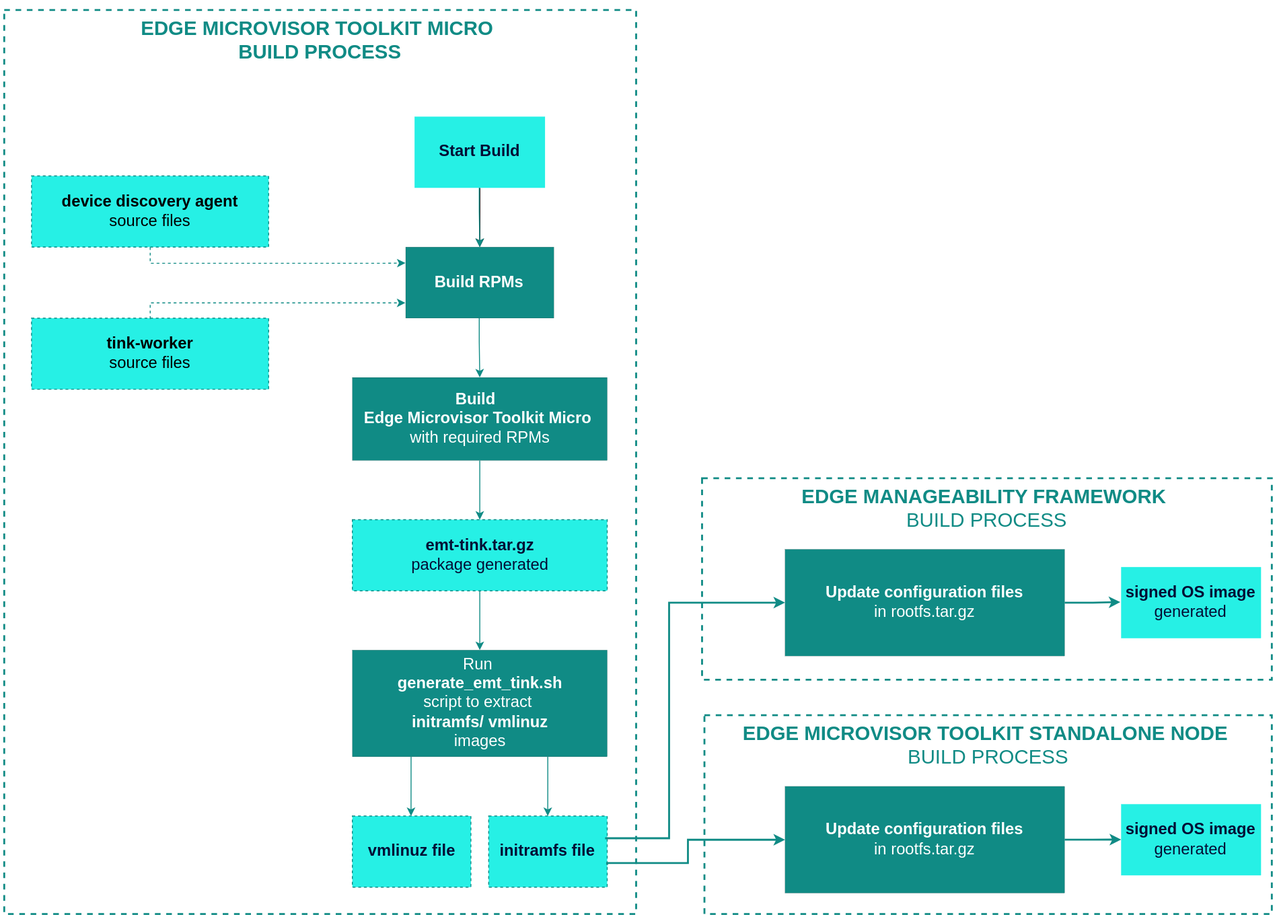
This is docs/developer-guide/assets/emf-emt-s-build-workflow.drawio.svg from open-edge-platform/edge-microvisor-toolkit, a draw.io export, as it was before one commit. Source tidied: cells renumbered, new cells last; positions are measured from the earlier drawing's top-left corner, leaving out a move shared by most shapes.
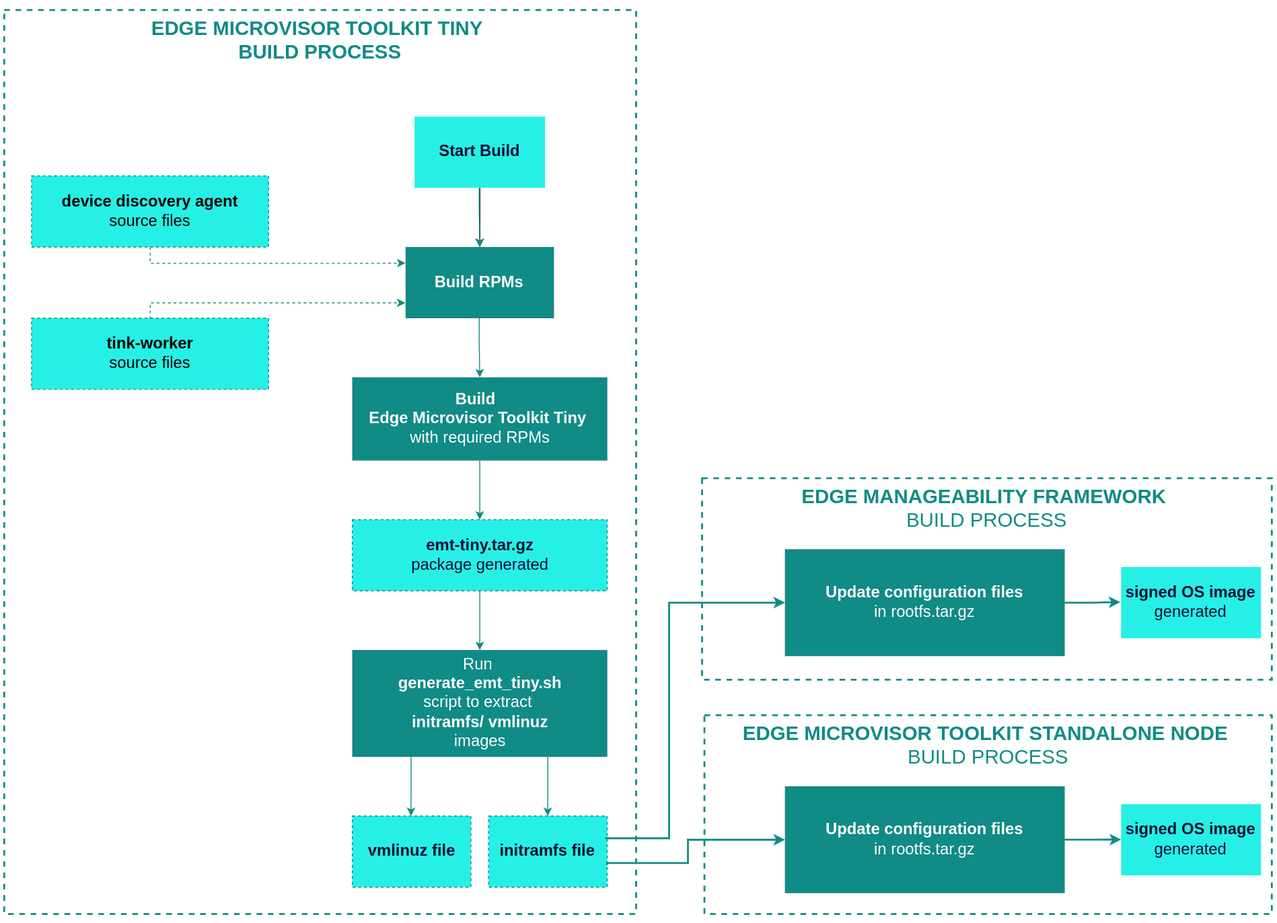
After the change.

Diff of the diagram source:
```diff
@@ -11,7 +11,7 @@
     <mxCell id="4" value="&lt;div&gt;&lt;b&gt;&lt;font style=&quot;font-size: 21px;&quot;&gt;EDGE MANAGEABILITY FRAMEWORK&amp;nbsp;&lt;/font&gt;&lt;/b&gt;&lt;/div&gt;&lt;div&gt;&lt;font style=&quot;font-size: 21px;&quot;&gt;BUILD PROCESS&lt;/font&gt;&lt;/div&gt;" style="rounded=0;whiteSpace=wrap;html=1;strokeColor=#108B85;align=center;verticalAlign=top;fontFamily=Helvetica;fontSize=12;fontColor=#108B85;fillColor=none;labelBackgroundColor=none;strokeWidth=2;dashed=1;" parent="1" vertex="1">
       <mxGeometry x="745" y="507.2" width="605" height="214" as="geometry" />
     </mxCell>
-    <mxCell id="5" value="&lt;div&gt;&lt;font style=&quot;font-size: 21px; color: rgb(16, 139, 133);&quot;&gt;&lt;b style=&quot;&quot;&gt;EDGE MICROVISOR TOOLKIT MICRO&amp;nbsp;&lt;/b&gt;&lt;/font&gt;&lt;/div&gt;&lt;div&gt;&lt;font style=&quot;font-size: 21px; color: rgb(16, 139, 133);&quot;&gt;&lt;b style=&quot;&quot;&gt;BUILD PROCESS&lt;/b&gt;&lt;/font&gt;&lt;/div&gt;" style="rounded=0;whiteSpace=wrap;html=1;strokeColor=#108B85;align=center;verticalAlign=top;fontFamily=Helvetica;fontSize=12;fontColor=#108B85;fillColor=none;labelBackgroundColor=none;strokeWidth=2;dashed=1;" parent="1" vertex="1">
+    <mxCell id="5" value="&lt;div&gt;&lt;font style=&quot;font-size: 21px; color: rgb(16, 139, 133);&quot;&gt;&lt;b style=&quot;&quot;&gt;EDGE MICROVISOR TOOLKIT TINY&amp;nbsp;&lt;/b&gt;&lt;/font&gt;&lt;/div&gt;&lt;div&gt;&lt;font style=&quot;font-size: 21px; color: rgb(16, 139, 133);&quot;&gt;&lt;b style=&quot;&quot;&gt;BUILD PROCESS&lt;/b&gt;&lt;/font&gt;&lt;/div&gt;" style="rounded=0;whiteSpace=wrap;html=1;strokeColor=#108B85;align=center;verticalAlign=top;fontFamily=Helvetica;fontSize=12;fontColor=#108B85;fillColor=none;labelBackgroundColor=none;strokeWidth=2;dashed=1;" parent="1" vertex="1">
       <mxGeometry x="4" y="10" width="671" height="960" as="geometry" />
     </mxCell>
     <mxCell id="6" style="edgeStyle=orthogonalEdgeStyle;rounded=0;jettySize=auto;html=1;" parent="1" edge="1" source="7" target="8">
@@ -23,7 +23,7 @@
     <mxCell id="8" value="&lt;div&gt;&lt;b&gt;&lt;font style=&quot;font-size: 17px;&quot;&gt;Build RPMs&lt;/font&gt;&lt;/b&gt;&lt;/div&gt;" style="rounded=0;whiteSpace=wrap;html=1;strokeColor=default;strokeWidth=0;align=center;verticalAlign=middle;fontFamily=Helvetica;fontSize=14;fontColor=#FFFFFF;labelBackgroundColor=none;fillColor=#108B85;" parent="1" vertex="1">
       <mxGeometry x="430.3" y="261.8" width="157.4" height="75.5" as="geometry" />
     </mxCell>
-    <mxCell id="9" value="&lt;font style=&quot;font-size: 17px;&quot;&gt;&lt;b&gt;Build&lt;/b&gt;&amp;nbsp;&amp;nbsp;&lt;br&gt;&lt;b&gt;Edge Microvisor Toolkit&amp;nbsp;&lt;/b&gt;&lt;b style=&quot;background-color: transparent; color: light-dark(rgb(255, 255, 255), rgb(18, 18, 18));&quot;&gt;Micro&amp;nbsp;&lt;/b&gt;&lt;/font&gt;&lt;div&gt;&lt;font style=&quot;font-size: 17px;&quot;&gt;&lt;span style=&quot;background-color: transparent; color: light-dark(rgb(255, 255, 255), rgb(18, 18, 18));&quot;&gt;with required&amp;nbsp;&lt;/span&gt;&lt;/font&gt;&lt;span style=&quot;background-color: transparent; color: light-dark(rgb(255, 255, 255), rgb(18, 18, 18));&quot;&gt;&lt;font style=&quot;font-size: 17px;&quot;&gt;RPMs&lt;/font&gt;&lt;/span&gt;&lt;/div&gt;" style="rounded=0;whiteSpace=wrap;html=1;strokeColor=default;strokeWidth=0;align=center;verticalAlign=middle;fontFamily=Helvetica;fontSize=14;fontColor=#FFFFFF;labelBackgroundColor=none;fillColor=#108B85;" parent="1" vertex="1">
+    <mxCell id="9" value="&lt;font style=&quot;font-size: 17px;&quot;&gt;&lt;b&gt;Build&lt;/b&gt;&amp;nbsp;&amp;nbsp;&lt;br&gt;&lt;b&gt;Edge Microvisor Toolkit Tiny&lt;/b&gt;&lt;b style=&quot;background-color: transparent; color: light-dark(rgb(255, 255, 255), rgb(18, 18, 18));&quot;&gt;&amp;nbsp;&lt;/b&gt;&lt;/font&gt;&lt;div&gt;&lt;font style=&quot;font-size: 17px;&quot;&gt;&lt;span style=&quot;background-color: transparent; color: light-dark(rgb(255, 255, 255), rgb(18, 18, 18));&quot;&gt;with required&amp;nbsp;&lt;/span&gt;&lt;/font&gt;&lt;span style=&quot;background-color: transparent; color: light-dark(rgb(255, 255, 255), rgb(18, 18, 18));&quot;&gt;&lt;font style=&quot;font-size: 17px;&quot;&gt;RPMs&lt;/font&gt;&lt;/span&gt;&lt;/div&gt;" style="rounded=0;whiteSpace=wrap;html=1;strokeColor=default;strokeWidth=0;align=center;verticalAlign=middle;fontFamily=Helvetica;fontSize=14;fontColor=#FFFFFF;labelBackgroundColor=none;fillColor=#108B85;" parent="1" vertex="1">
       <mxGeometry x="373.6" y="400.2" width="270.6" height="88.1" as="geometry" />
     </mxCell>
     <mxCell id="10" style="edgeStyle=orthogonalEdgeStyle;rounded=0;jettySize=auto;html=1;fontFamily=Helvetica;fontSize=11;fontColor=#FFFFFF;strokeColor=#108B85;align=center;verticalAlign=middle;labelBackgroundColor=#108B85;endArrow=classic;exitX=0.5;exitY=1;exitDx=0;exitDy=0;entryX=0.5;entryY=0;entryDx=0;entryDy=0;" parent="1" edge="1" target="8">
@@ -43,10 +43,10 @@
         </Array>
       </mxGeometry>
     </mxCell>
-    <mxCell id="12" value="&lt;font style=&quot;font-size: 17px;&quot;&gt;Run&amp;nbsp;&lt;/font&gt;&lt;div&gt;&lt;b style=&quot;background-color: transparent; color: light-dark(rgb(255, 255, 255), rgb(18, 18, 18));&quot;&gt;&lt;font style=&quot;font-size: 17px;&quot;&gt;generate_emt_tink.sh&lt;/font&gt;&lt;/b&gt;&lt;div&gt;&lt;font style=&quot;font-size: 17px;&quot;&gt;script to&amp;nbsp;&lt;span style=&quot;background-color: transparent; color: light-dark(rgb(255, 255, 255), rgb(18, 18, 18));&quot;&gt;extract&amp;nbsp;&lt;/span&gt;&lt;/font&gt;&lt;/div&gt;&lt;div&gt;&lt;b style=&quot;background-color: transparent; color: light-dark(rgb(255, 255, 255), rgb(18, 18, 18));&quot;&gt;&lt;font style=&quot;font-size: 17px;&quot;&gt;initramfs/ vmlinuz&lt;/font&gt;&lt;/b&gt;&lt;/div&gt;&lt;div&gt;&lt;font style=&quot;font-size: 17px;&quot;&gt;images&lt;/font&gt;&lt;/div&gt;&lt;/div&gt;" style="rounded=0;whiteSpace=wrap;html=1;strokeColor=default;strokeWidth=0;align=center;verticalAlign=middle;fontFamily=Helvetica;fontSize=14;fontColor=#FFFFFF;labelBackgroundColor=none;fillColor=#108B85;" parent="1" vertex="1">
+    <mxCell id="12" value="&lt;font style=&quot;font-size: 17px;&quot;&gt;Run&amp;nbsp;&lt;/font&gt;&lt;div&gt;&lt;b style=&quot;background-color: transparent; color: light-dark(rgb(255, 255, 255), rgb(18, 18, 18));&quot;&gt;&lt;font style=&quot;font-size: 17px;&quot;&gt;generate_emt_tiny.sh&lt;/font&gt;&lt;/b&gt;&lt;div&gt;&lt;font style=&quot;font-size: 17px;&quot;&gt;script to&amp;nbsp;&lt;span style=&quot;background-color: transparent; color: light-dark(rgb(255, 255, 255), rgb(18, 18, 18));&quot;&gt;extract&amp;nbsp;&lt;/span&gt;&lt;/font&gt;&lt;/div&gt;&lt;div&gt;&lt;b style=&quot;background-color: transparent; color: light-dark(rgb(255, 255, 255), rgb(18, 18, 18));&quot;&gt;&lt;font style=&quot;font-size: 17px;&quot;&gt;initramfs/ vmlinuz&lt;/font&gt;&lt;/b&gt;&lt;/div&gt;&lt;div&gt;&lt;font style=&quot;font-size: 17px;&quot;&gt;images&lt;/font&gt;&lt;/div&gt;&lt;/div&gt;" style="rounded=0;whiteSpace=wrap;html=1;strokeColor=default;strokeWidth=0;align=center;verticalAlign=middle;fontFamily=Helvetica;fontSize=14;fontColor=#FFFFFF;labelBackgroundColor=none;fillColor=#108B85;" parent="1" vertex="1">
       <mxGeometry x="373.6" y="689.8" width="270.6" height="113.3" as="geometry" />
     </mxCell>
-    <mxCell id="13" value="&lt;div&gt;&lt;b&gt;&lt;font style=&quot;font-size: 17px;&quot;&gt;emt-tink.tar.gz&lt;/font&gt;&lt;/b&gt;&lt;/div&gt;&lt;div&gt;&lt;font style=&quot;font-size: 17px;&quot;&gt;package&amp;nbsp;&lt;span style=&quot;background-color: transparent; color: light-dark(rgb(4, 14, 53), rgb(215, 224, 255));&quot;&gt;generated&lt;/span&gt;&lt;/font&gt;&lt;/div&gt;" style="rounded=0;whiteSpace=wrap;html=1;strokeColor=light-dark(#108B85,#EDEDED);strokeWidth=1;align=center;verticalAlign=middle;fontFamily=Helvetica;fontSize=14;fontColor=#040E35;labelBackgroundColor=none;fillColor=#26F0E5;imageAspect=1;dashed=1;" parent="1" vertex="1">
+    <mxCell id="13" value="&lt;div&gt;&lt;b&gt;&lt;font style=&quot;font-size: 17px;&quot;&gt;emt-tiny.tar.gz&lt;/font&gt;&lt;/b&gt;&lt;/div&gt;&lt;div&gt;&lt;font style=&quot;font-size: 17px;&quot;&gt;package&amp;nbsp;&lt;span style=&quot;background-color: transparent; color: light-dark(rgb(4, 14, 53), rgb(215, 224, 255));&quot;&gt;generated&lt;/span&gt;&lt;/font&gt;&lt;/div&gt;" style="rounded=0;whiteSpace=wrap;html=1;strokeColor=light-dark(#108B85,#EDEDED);strokeWidth=1;align=center;verticalAlign=middle;fontFamily=Helvetica;fontSize=14;fontColor=#040E35;labelBackgroundColor=none;fillColor=#26F0E5;imageAspect=1;dashed=1;" parent="1" vertex="1">
       <mxGeometry x="373.6" y="551.3" width="270.6" height="75.5" as="geometry" />
     </mxCell>
     <mxCell id="14" value="&lt;b&gt;&lt;font style=&quot;font-size: 17px;&quot;&gt;initramfs file&lt;/font&gt;&lt;/b&gt;" style="rounded=0;whiteSpace=wrap;html=1;strokeColor=light-dark(#108B85,#EDEDED);strokeWidth=1;align=center;verticalAlign=middle;fontFamily=Helvetica;fontSize=14;fontColor=#040E35;labelBackgroundColor=none;fillColor=#26F0E5;dashed=1;" parent="1" vertex="1">
```
